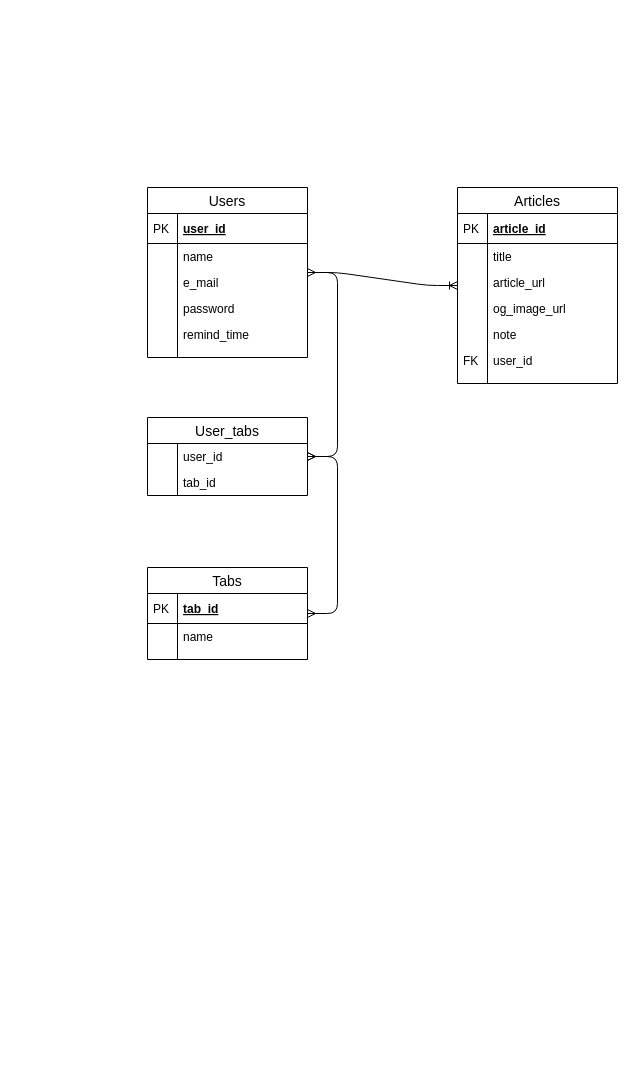
Before: rails_api/ERD.drawio in Yosuke-Aramaki/gx_app_3, a draw.io diagram. Source tidied: cells renumbered, new cells numbered last; positions are measured from the earlier drawing's top-left corner, leaving out a move shared by most shapes. Both pictures are drawn from the tidied source at 100%, with x=0, y=0 at pixel (147, 187).
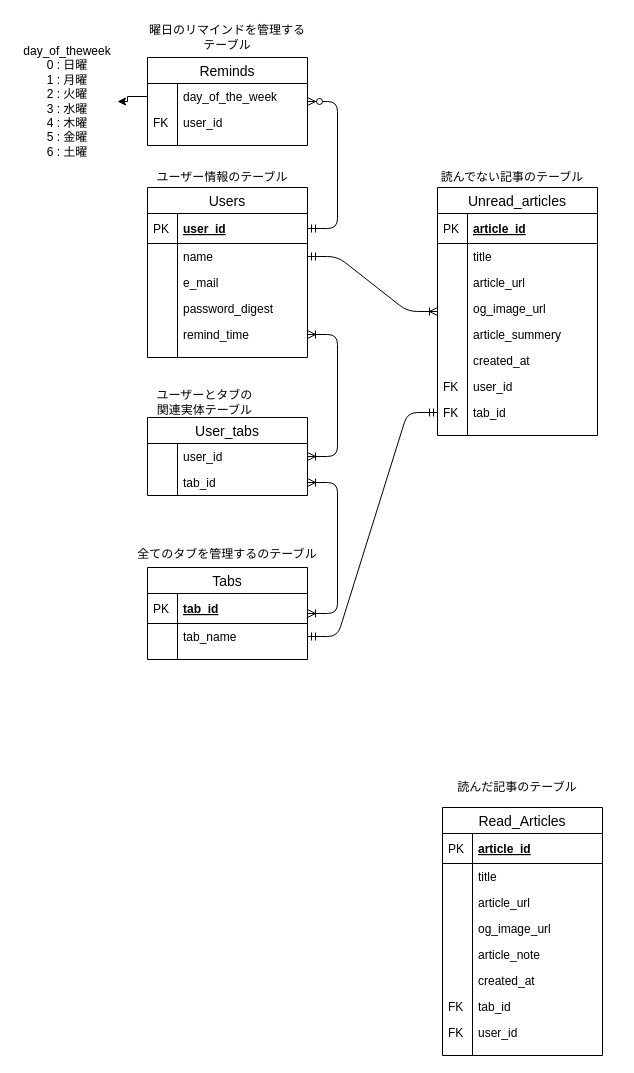
The same page after the edit.

Commit message (it also covers changes not shown here):
uodate erd

The change refers to these unchanged cells:
```xml
<mxCell id="2" value="Users" style="swimlane;fontStyle=0;horizontal=1;startSize=26;align=center;fontSize=14;" parent="1" vertex="1">
  <mxGeometry width="160" height="170" as="geometry" />
</mxCell>
<mxCell id="3" value="user_id" style="shape=partialRectangle;top=0;left=0;right=0;bottom=1;align=left;verticalAlign=middle;fillColor=none;spacingLeft=34;spacingRight=4;overflow=hidden;points=[[0,0.5],[1,0.5]];portConstraint=eastwest;fontStyle=5;fontSize=12;" parent="2" vertex="1">
  <mxGeometry y="26" width="160" height="30" as="geometry" />
</mxCell>
<mxCell id="5" value="name" style="shape=partialRectangle;top=0;left=0;right=0;bottom=0;align=left;verticalAlign=top;fillColor=none;spacingLeft=34;spacingRight=4;overflow=hidden;points=[[0,0.5],[1,0.5]];portConstraint=eastwest;fontSize=12;" parent="2" vertex="1">
  <mxGeometry y="56" width="160" height="26" as="geometry" />
</mxCell>
<mxCell id="11" value="remind_time" style="shape=partialRectangle;top=0;left=0;right=0;bottom=0;align=left;verticalAlign=top;fillColor=none;spacingLeft=34;spacingRight=4;overflow=hidden;points=[[0,0.5],[1,0.5]];portConstraint=eastwest;fontSize=12;" parent="2" vertex="1">
  <mxGeometry y="134" width="160" height="26" as="geometry" />
</mxCell>
<mxCell id="15" value="User_tabs" style="swimlane;fontStyle=0;horizontal=1;startSize=26;align=center;fontSize=14;" parent="1" vertex="1">
  <mxGeometry y="230" width="160" height="78" as="geometry" />
</mxCell>
<mxCell id="16" value="user_id" style="shape=partialRectangle;top=0;left=0;right=0;bottom=0;align=left;verticalAlign=top;fillColor=none;spacingLeft=34;spacingRight=4;overflow=hidden;points=[[0,0.5],[1,0.5]];portConstraint=eastwest;fontSize=12;" parent="15" vertex="1">
  <mxGeometry y="26" width="160" height="26" as="geometry" />
</mxCell>
<mxCell id="18" value="tab_id" style="shape=partialRectangle;top=0;left=0;right=0;bottom=0;align=left;verticalAlign=top;fillColor=none;spacingLeft=34;spacingRight=4;overflow=hidden;points=[[0,0.5],[1,0.5]];portConstraint=eastwest;fontSize=12;" parent="15" vertex="1">
  <mxGeometry y="52" width="160" height="26" as="geometry" />
</mxCell>
<mxCell id="20" value="Tabs" style="swimlane;fontStyle=0;horizontal=1;startSize=26;align=center;fontSize=14;" parent="1" vertex="1">
  <mxGeometry y="380" width="160" height="92" as="geometry" />
</mxCell>
```

Change to the diagram source:
```diff
@@
-    <mxCell id="9" value="password" style="shape=partialRectangle;top=0;left=0;right=0;bottom=0;align=left;verticalAlign=top;fillColor=none;spacingLeft=34;spacingRight=4;overflow=hidden;fontSize=12;" parent="2" vertex="1">
+    <mxCell id="9" value="password_digest" style="shape=partialRectangle;top=0;left=0;right=0;bottom=0;align=left;verticalAlign=top;fillColor=none;spacingLeft=34;spacingRight=4;overflow=hidden;fontSize=12;" parent="2" vertex="1">
       <mxGeometry y="108" width="160" height="26" as="geometry" />
     </mxCell>
@@
+    <mxCell id="45" value="Reminds" style="swimlane;fontStyle=0;horizontal=1;startSize=26;align=center;fontSize=14;" parent="1" vertex="1">
+      <mxGeometry y="-130" width="160" height="88" as="geometry" />
+    </mxCell>
+    <mxCell id="46" value="day_of_the_week" style="shape=partialRectangle;top=0;left=0;right=0;bottom=0;align=left;verticalAlign=top;fillColor=none;spacingLeft=34;spacingRight=4;overflow=hidden;points=[[0,0.5],[1,0.5]];portConstraint=eastwest;fontSize=12;" parent="45" vertex="1">
+      <mxGeometry y="26" width="160" height="26" as="geometry" />
+    </mxCell>
+    <mxCell id="47" style="shape=partialRectangle;top=0;left=0;bottom=0;fillColor=none;align=left;verticalAlign=top;spacingLeft=4;spacingRight=4;overflow=hidden;fontSize=12;" parent="46" vertex="1">
+      <mxGeometry width="30" height="26" as="geometry" />
+    </mxCell>
+    <mxCell id="48" value="user_id" style="shape=partialRectangle;top=0;left=0;right=0;bottom=0;align=left;verticalAlign=top;fillColor=none;spacingLeft=34;spacingRight=4;overflow=hidden;fontSize=12;" parent="45" vertex="1">
+      <mxGeometry y="52" width="160" height="26" as="geometry" />
+    </mxCell>
+    <mxCell id="49" value="FK" style="shape=partialRectangle;top=0;left=0;bottom=0;fillColor=none;align=left;verticalAlign=top;spacingLeft=4;spacingRight=4;overflow=hidden;fontSize=12;" parent="48" vertex="1">
+      <mxGeometry width="30" height="26" as="geometry" />
+    </mxCell>
+    <mxCell id="50" style="shape=partialRectangle;top=0;left=0;right=0;bottom=0;align=left;verticalAlign=top;fillColor=none;spacingLeft=34;spacingRight=4;overflow=hidden;fontSize=12;" parent="45" vertex="1">
+      <mxGeometry y="78" width="160" height="10" as="geometry" />
+    </mxCell>
+    <mxCell id="51" style="shape=partialRectangle;top=0;left=0;bottom=0;fillColor=none;align=left;verticalAlign=top;spacingLeft=4;spacingRight=4;overflow=hidden;fontSize=12;" parent="50" vertex="1">
+      <mxGeometry width="30" height="10" as="geometry" />
+    </mxCell>
@@
-    <mxCell id="23" value="name" style="shape=partialRectangle;top=0;left=0;right=0;bottom=0;align=left;verticalAlign=top;fillColor=none;spacingLeft=34;spacingRight=4;overflow=hidden;points=[[0,0.5],[1,0.5]];portConstraint=eastwest;fontSize=12;" parent="20" vertex="1">
+    <mxCell id="23" value="tab_name" style="shape=partialRectangle;top=0;left=0;right=0;bottom=0;align=left;verticalAlign=top;fillColor=none;spacingLeft=34;spacingRight=4;overflow=hidden;points=[[0,0.5],[1,0.5]];portConstraint=eastwest;fontSize=12;" parent="20" vertex="1">
       <mxGeometry y="56" width="160" height="26" as="geometry" />
     </mxCell>
@@
+    <mxCell id="52" style="edgeStyle=entityRelationEdgeStyle;fontSize=12;html=1;endArrow=ERzeroToMany;startArrow=ERmandOne;exitX=1;exitY=0.5;exitDx=0;exitDy=0;" parent="1" edge="1" source="3" target="45">
+      <mxGeometry relative="1" as="geometry" />
+    </mxCell>
+    <mxCell id="53" style="edgeStyle=entityRelationEdgeStyle;fontSize=12;html=1;endArrow=ERoneToMany;startArrow=ERmandOne;" parent="1" edge="1" source="5" target="27">
+      <mxGeometry relative="1" as="geometry" />
+    </mxCell>
+    <mxCell id="54" style="edgeStyle=entityRelationEdgeStyle;fontSize=12;html=1;endArrow=ERoneToMany;startArrow=ERoneToMany;" parent="1" edge="1" source="16" target="11">
+      <mxGeometry relative="1" as="geometry" />
+    </mxCell>
+    <mxCell id="55" style="edgeStyle=entityRelationEdgeStyle;fontSize=12;html=1;endArrow=ERoneToMany;startArrow=ERoneToMany;" parent="1" edge="1" source="20" target="18">
+      <mxGeometry relative="1" as="geometry" />
+    </mxCell>
+    <mxCell id="56" style="edgeStyle=entityRelationEdgeStyle;fontSize=12;html=1;endArrow=ERmandOne;startArrow=ERmandOne;" parent="1" edge="1" source="23" target="61">
+      <mxGeometry relative="1" as="geometry" />
+    </mxCell>
-    <mxCell id="27" value="Articles" style="swimlane;fontStyle=0;horizontal=1;startSize=26;align=center;fontSize=14;" parent="1" vertex="1">
-      <mxGeometry x="310" width="160" height="196" as="geometry" />
+    <mxCell id="27" value="Unread_articles" style="swimlane;fontStyle=0;horizontal=1;startSize=26;align=center;fontSize=14;" parent="1" vertex="1">
+      <mxGeometry x="290" width="160" height="248" as="geometry" />
     </mxCell>
@@
-    <mxCell id="32" value="article_url" style="shape=partialRectangle;top=0;left=0;right=0;bottom=0;align=left;verticalAlign=top;fillColor=none;spacingLeft=34;spacingRight=4;overflow=hidden;fontSize=12;" parent="27" vertex="1">
-      <mxGeometry y="82" width="160" height="26" as="geometry" />
-    </mxCell>
-    <mxCell id="33" style="shape=partialRectangle;top=0;left=0;bottom=0;fillColor=none;align=left;verticalAlign=top;spacingLeft=4;spacingRight=4;overflow=hidden;fontSize=12;" parent="32" vertex="1">
-      <mxGeometry width="30" height="26" as="geometry" />
-    </mxCell>
+    <mxCell id="57" value="article_url" style="shape=partialRectangle;top=0;left=0;right=0;bottom=0;align=left;verticalAlign=top;fillColor=none;spacingLeft=34;spacingRight=4;overflow=hidden;fontSize=12;" parent="27" vertex="1">
+      <mxGeometry y="82" width="160" height="26" as="geometry" />
+    </mxCell>
+    <mxCell id="58" style="shape=partialRectangle;top=0;left=0;bottom=0;fillColor=none;align=left;verticalAlign=top;spacingLeft=4;spacingRight=4;overflow=hidden;fontSize=12;" parent="57" vertex="1">
+      <mxGeometry width="30" height="26" as="geometry" />
+    </mxCell>
@@
-    <mxCell id="36" value="note" style="shape=partialRectangle;top=0;left=0;right=0;bottom=0;align=left;verticalAlign=top;fillColor=none;spacingLeft=34;spacingRight=4;overflow=hidden;fontSize=12;" parent="27" vertex="1">
+    <mxCell id="36" value="article_summery" style="shape=partialRectangle;top=0;left=0;right=0;bottom=0;align=left;verticalAlign=top;fillColor=none;spacingLeft=34;spacingRight=4;overflow=hidden;fontSize=12;" parent="27" vertex="1">
       <mxGeometry y="134" width="160" height="26" as="geometry" />
     </mxCell>
@@
+    <mxCell id="59" value="created_at" style="shape=partialRectangle;top=0;left=0;right=0;bottom=0;align=left;verticalAlign=top;fillColor=none;spacingLeft=34;spacingRight=4;overflow=hidden;fontSize=12;" parent="27" vertex="1">
+      <mxGeometry y="160" width="160" height="26" as="geometry" />
+    </mxCell>
+    <mxCell id="60" style="shape=partialRectangle;top=0;left=0;bottom=0;fillColor=none;align=left;verticalAlign=top;spacingLeft=4;spacingRight=4;overflow=hidden;fontSize=12;" parent="59" vertex="1">
+      <mxGeometry width="30" height="26" as="geometry" />
+    </mxCell>
     <mxCell id="38" value="user_id" style="shape=partialRectangle;top=0;left=0;right=0;bottom=0;align=left;verticalAlign=top;fillColor=none;spacingLeft=34;spacingRight=4;overflow=hidden;fontSize=12;" parent="27" vertex="1">
-      <mxGeometry y="160" width="160" height="26" as="geometry" />
+      <mxGeometry y="186" width="160" height="26" as="geometry" />
     </mxCell>
@@
+    <mxCell id="61" value="tab_id" style="shape=partialRectangle;top=0;left=0;right=0;bottom=0;align=left;verticalAlign=top;fillColor=none;spacingLeft=34;spacingRight=4;overflow=hidden;points=[[0,0.5],[1,0.5]];portConstraint=eastwest;fontSize=12;" parent="27" vertex="1">
+      <mxGeometry y="212" width="160" height="26" as="geometry" />
+    </mxCell>
+    <mxCell id="62" value="FK" style="shape=partialRectangle;top=0;left=0;bottom=0;fillColor=none;align=left;verticalAlign=top;spacingLeft=4;spacingRight=4;overflow=hidden;fontSize=12;" parent="61" vertex="1">
+      <mxGeometry width="30" height="26" as="geometry" />
+    </mxCell>
     <mxCell id="40" style="shape=partialRectangle;top=0;left=0;right=0;bottom=0;align=left;verticalAlign=top;fillColor=none;spacingLeft=34;spacingRight=4;overflow=hidden;fontSize=12;" parent="27" vertex="1">
-      <mxGeometry y="186" width="160" height="10" as="geometry" />
+      <mxGeometry y="238" width="160" height="10" as="geometry" />
     </mxCell>
@@
-    <mxCell id="42" style="edgeStyle=entityRelationEdgeStyle;fontSize=12;html=1;endArrow=ERmany;startArrow=ERmany;" parent="1" edge="1" source="15" target="20">
-      <mxGeometry relative="1" as="geometry" />
-    </mxCell>
-    <mxCell id="43" style="edgeStyle=entityRelationEdgeStyle;fontSize=12;html=1;endArrow=ERmany;startArrow=ERmany;" parent="1" edge="1" source="15" target="2">
-      <mxGeometry relative="1" as="geometry" />
-    </mxCell>
-    <mxCell id="44" style="edgeStyle=entityRelationEdgeStyle;fontSize=12;html=1;endArrow=ERoneToMany;" parent="1" edge="1" source="2" target="27">
-      <mxGeometry relative="1" as="geometry" />
-    </mxCell>
+    <mxCell id="63" value="読んだ記事のテーブル" style="text;html=1;strokeColor=none;fillColor=none;align=center;verticalAlign=middle;whiteSpace=wrap;rounded=0;" parent="1" vertex="1">
+      <mxGeometry x="295" y="590" width="150" height="20" as="geometry" />
+    </mxCell>
+    <mxCell id="64" value="読んでない記事のテーブル" style="text;html=1;strokeColor=none;fillColor=none;align=center;verticalAlign=middle;whiteSpace=wrap;rounded=0;" parent="1" vertex="1">
+      <mxGeometry x="290" y="-20" width="150" height="20" as="geometry" />
+    </mxCell>
+    <mxCell id="65" value="全てのタブを管理するのテーブル" style="text;html=1;strokeColor=none;fillColor=none;align=center;verticalAlign=middle;whiteSpace=wrap;rounded=0;" parent="1" vertex="1">
+      <mxGeometry x="-15" y="357" width="190" height="20" as="geometry" />
+    </mxCell>
+    <mxCell id="66" value="ユーザーとタブの&lt;br&gt;関連実体テーブル" style="text;html=1;strokeColor=none;fillColor=none;align=center;verticalAlign=middle;whiteSpace=wrap;rounded=0;" parent="1" vertex="1">
+      <mxGeometry x="-15" y="200" width="145" height="30" as="geometry" />
+    </mxCell>
+    <mxCell id="67" value="ユーザー情報のテーブル" style="text;html=1;strokeColor=none;fillColor=none;align=center;verticalAlign=middle;whiteSpace=wrap;rounded=0;" parent="1" vertex="1">
+      <mxGeometry y="-20" width="150" height="20" as="geometry" />
+    </mxCell>
+    <mxCell id="68" value="曜日のリマインドを管理するテーブル" style="text;html=1;strokeColor=none;fillColor=none;align=center;verticalAlign=middle;whiteSpace=wrap;rounded=0;" parent="1" vertex="1">
+      <mxGeometry y="-170" width="160" height="40" as="geometry" />
+    </mxCell>
+    <mxCell id="69" value="day_of_theweek&lt;br&gt;0 : 日曜&lt;br&gt;1 : 月曜&lt;br&gt;2 : 火曜&lt;br&gt;3 : 水曜&lt;br&gt;4 : 木曜&lt;br&gt;5 : 金曜&lt;br&gt;6 : 土曜" style="text;html=1;strokeColor=none;fillColor=none;align=center;verticalAlign=middle;whiteSpace=wrap;rounded=0;" parent="1" vertex="1">
+      <mxGeometry x="-130" y="-141" width="100" height="110" as="geometry" />
+    </mxCell>
+    <mxCell id="70" style="edgeStyle=orthogonalEdgeStyle;rounded=0;jettySize=auto;html=1;" parent="1" edge="1" source="46" target="69">
+      <mxGeometry relative="1" as="geometry" />
+    </mxCell>
+    <mxCell id="71" value="Read_Articles" style="swimlane;fontStyle=0;horizontal=1;startSize=26;align=center;fontSize=14;" parent="1" vertex="1">
+      <mxGeometry x="295" y="620" width="160" height="248" as="geometry" />
+    </mxCell>
+    <mxCell id="72" value="article_id" style="shape=partialRectangle;top=0;left=0;right=0;bottom=1;align=left;verticalAlign=middle;fillColor=none;spacingLeft=34;spacingRight=4;overflow=hidden;fontStyle=5;fontSize=12;" parent="71" vertex="1">
+      <mxGeometry y="26" width="160" height="30" as="geometry" />
+    </mxCell>
+    <mxCell id="73" value="PK" style="shape=partialRectangle;top=0;left=0;bottom=0;fillColor=none;align=left;verticalAlign=middle;spacingLeft=4;spacingRight=4;overflow=hidden;fontSize=12;" parent="72" vertex="1">
+      <mxGeometry width="30" height="30" as="geometry" />
+    </mxCell>
+    <mxCell id="74" value="title" style="shape=partialRectangle;top=0;left=0;right=0;bottom=0;align=left;verticalAlign=top;fillColor=none;spacingLeft=34;spacingRight=4;overflow=hidden;fontSize=12;" parent="71" vertex="1">
+      <mxGeometry y="56" width="160" height="26" as="geometry" />
+    </mxCell>
+    <mxCell id="75" style="shape=partialRectangle;top=0;left=0;bottom=0;fillColor=none;align=left;verticalAlign=top;spacingLeft=4;spacingRight=4;overflow=hidden;fontSize=12;" parent="74" vertex="1">
+      <mxGeometry width="30" height="26" as="geometry" />
+    </mxCell>
+    <mxCell id="76" value="article_url" style="shape=partialRectangle;top=0;left=0;right=0;bottom=0;align=left;verticalAlign=top;fillColor=none;spacingLeft=34;spacingRight=4;overflow=hidden;fontSize=12;" parent="71" vertex="1">
+      <mxGeometry y="82" width="160" height="26" as="geometry" />
+    </mxCell>
+    <mxCell id="77" style="shape=partialRectangle;top=0;left=0;bottom=0;fillColor=none;align=left;verticalAlign=top;spacingLeft=4;spacingRight=4;overflow=hidden;fontSize=12;" parent="76" vertex="1">
+      <mxGeometry width="30" height="26" as="geometry" />
+    </mxCell>
+    <mxCell id="78" value="og_image_url" style="shape=partialRectangle;top=0;left=0;right=0;bottom=0;align=left;verticalAlign=top;fillColor=none;spacingLeft=34;spacingRight=4;overflow=hidden;fontSize=12;" parent="71" vertex="1">
+      <mxGeometry y="108" width="160" height="26" as="geometry" />
+    </mxCell>
+    <mxCell id="79" style="shape=partialRectangle;top=0;left=0;bottom=0;fillColor=none;align=left;verticalAlign=top;spacingLeft=4;spacingRight=4;overflow=hidden;fontSize=12;" parent="78" vertex="1">
+      <mxGeometry width="30" height="26" as="geometry" />
+    </mxCell>
+    <mxCell id="80" value="article_note" style="shape=partialRectangle;top=0;left=0;right=0;bottom=0;align=left;verticalAlign=top;fillColor=none;spacingLeft=34;spacingRight=4;overflow=hidden;fontSize=12;" parent="71" vertex="1">
+      <mxGeometry y="134" width="160" height="26" as="geometry" />
+    </mxCell>
+    <mxCell id="81" style="shape=partialRectangle;top=0;left=0;bottom=0;fillColor=none;align=left;verticalAlign=top;spacingLeft=4;spacingRight=4;overflow=hidden;fontSize=12;" parent="80" vertex="1">
+      <mxGeometry width="30" height="26" as="geometry" />
+    </mxCell>
+    <mxCell id="82" value="created_at" style="shape=partialRectangle;top=0;left=0;right=0;bottom=0;align=left;verticalAlign=top;fillColor=none;spacingLeft=34;spacingRight=4;overflow=hidden;fontSize=12;" parent="71" vertex="1">
+      <mxGeometry y="160" width="160" height="26" as="geometry" />
+    </mxCell>
+    <mxCell id="83" style="shape=partialRectangle;top=0;left=0;bottom=0;fillColor=none;align=left;verticalAlign=top;spacingLeft=4;spacingRight=4;overflow=hidden;fontSize=12;" parent="82" vertex="1">
+      <mxGeometry width="30" height="26" as="geometry" />
+    </mxCell>
+    <mxCell id="84" value="tab_id" style="shape=partialRectangle;top=0;left=0;right=0;bottom=0;align=left;verticalAlign=top;fillColor=none;spacingLeft=34;spacingRight=4;overflow=hidden;fontSize=12;" parent="71" vertex="1">
+      <mxGeometry y="186" width="160" height="26" as="geometry" />
+    </mxCell>
+    <mxCell id="85" value="FK" style="shape=partialRectangle;top=0;left=0;bottom=0;fillColor=none;align=left;verticalAlign=top;spacingLeft=4;spacingRight=4;overflow=hidden;fontSize=12;" parent="84" vertex="1">
+      <mxGeometry width="30" height="26" as="geometry" />
+    </mxCell>
+    <mxCell id="86" value="user_id" style="shape=partialRectangle;top=0;left=0;right=0;bottom=0;align=left;verticalAlign=top;fillColor=none;spacingLeft=34;spacingRight=4;overflow=hidden;fontSize=12;" parent="71" vertex="1">
+      <mxGeometry y="212" width="160" height="26" as="geometry" />
+    </mxCell>
+    <mxCell id="87" value="FK" style="shape=partialRectangle;top=0;left=0;bottom=0;fillColor=none;align=left;verticalAlign=top;spacingLeft=4;spacingRight=4;overflow=hidden;fontSize=12;" parent="86" vertex="1">
+      <mxGeometry width="30" height="26" as="geometry" />
+    </mxCell>
+    <mxCell id="88" style="shape=partialRectangle;top=0;left=0;right=0;bottom=0;align=left;verticalAlign=top;fillColor=none;spacingLeft=34;spacingRight=4;overflow=hidden;fontSize=12;" parent="71" vertex="1">
+      <mxGeometry y="238" width="160" height="10" as="geometry" />
+    </mxCell>
+    <mxCell id="89" style="shape=partialRectangle;top=0;left=0;bottom=0;fillColor=none;align=left;verticalAlign=top;spacingLeft=4;spacingRight=4;overflow=hidden;fontSize=12;" parent="88" vertex="1">
+      <mxGeometry width="30" height="10" as="geometry" />
+    </mxCell>
```
